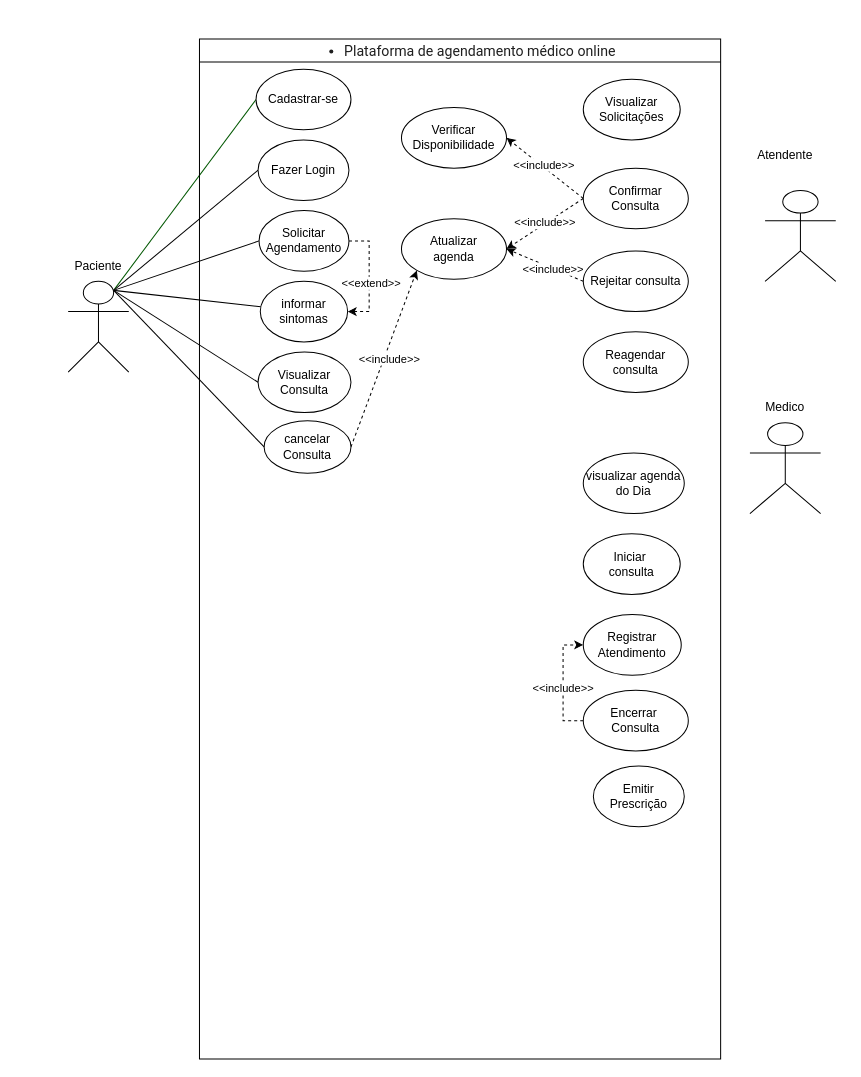
This is Plataforma de agendamento médico onlin.drawio from tailanf1/Aula-de-Diagrama-de-Casos-de-Uso, a draw.io file, before an edit. Source tidied: cells renumbered, new cells numbered last; positions are measured from the earlier drawing's top-left corner, leaving out a move shared by most shapes. Both pictures are drawn from the tidied source at 101%, with x=0, y=0 at pixel (68, 38).
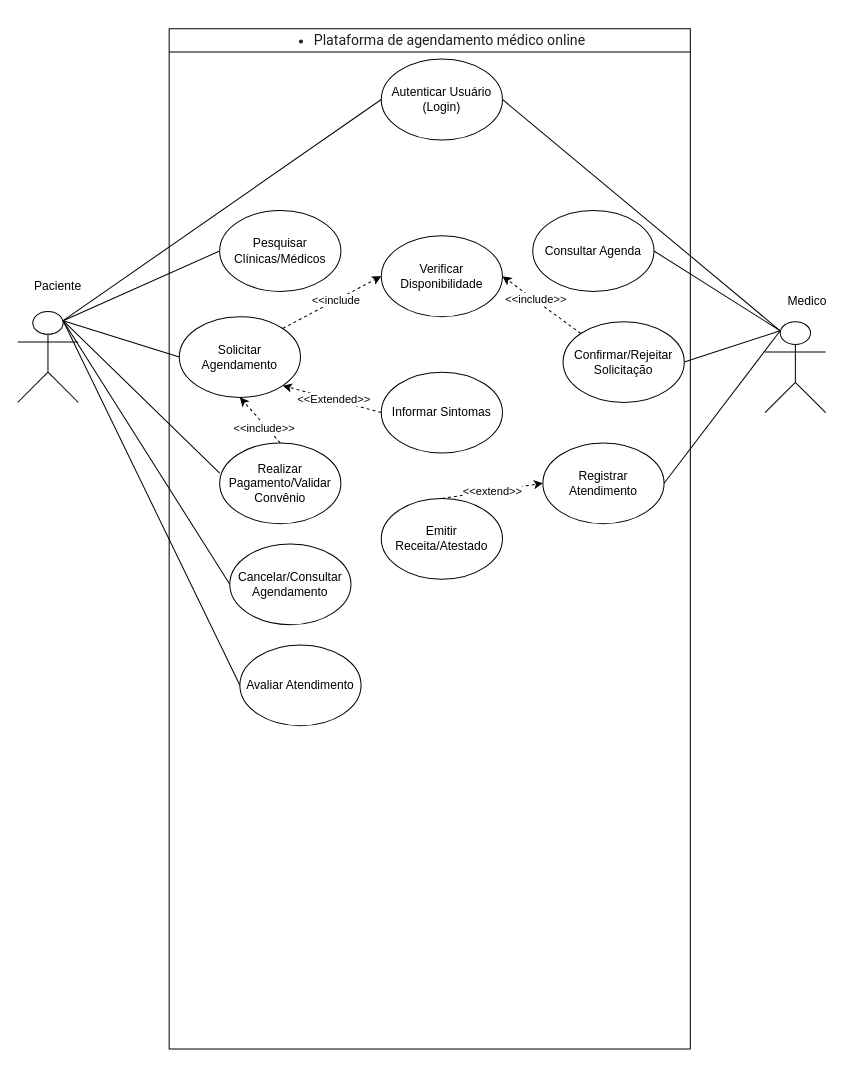
The same page after the edit.

What changed in the source:
```diff
@@
-    <mxCell id="2" style="rounded=0;jettySize=auto;html=1;exitX=0.75;exitY=0.1;exitDx=0;exitDy=0;exitPerimeter=0;entryX=0;entryY=0.5;entryDx=0;entryDy=0;fillColor=#008a00;strokeColor=light-dark(#005700,#00FF00);endArrow=none;endFill=0;" parent="1" edge="1" source="7" target="9">
-      <mxGeometry relative="1" as="geometry" />
-    </mxCell>
-    <mxCell id="3" style="rounded=0;jettySize=auto;html=1;exitX=0.75;exitY=0.1;exitDx=0;exitDy=0;exitPerimeter=0;entryX=0;entryY=0.5;entryDx=0;entryDy=0;endArrow=none;endFill=0;strokeColor=light-dark(#000000,#00FF00);" parent="1" edge="1" source="7" target="13">
-      <mxGeometry relative="1" as="geometry" />
-    </mxCell>
+    <mxCell id="44" style="rounded=0;jettySize=auto;html=1;exitX=0.75;exitY=0.1;exitDx=0;exitDy=0;exitPerimeter=0;entryX=0;entryY=0.5;entryDx=0;entryDy=0;endArrow=none;endFill=0;" parent="1" edge="1" source="7" target="48">
+      <mxGeometry relative="1" as="geometry" />
+    </mxCell>
-    <mxCell id="4" style="rounded=0;jettySize=auto;html=1;exitX=0.75;exitY=0.1;exitDx=0;exitDy=0;exitPerimeter=0;entryX=0;entryY=0.5;entryDx=0;entryDy=0;endArrow=none;endFill=0;strokeColor=light-dark(#000000,#00FF00);" parent="1" edge="1" source="7" target="12">
+    <mxCell id="4" style="rounded=0;jettySize=auto;html=1;exitX=0.75;exitY=0.1;exitDx=0;exitDy=0;exitPerimeter=0;entryX=0;entryY=0.5;entryDx=0;entryDy=0;endArrow=none;endFill=0;" parent="1" edge="1" source="7" target="12">
       <mxGeometry relative="1" as="geometry" />
     </mxCell>
-    <mxCell id="5" style="rounded=0;jettySize=auto;html=1;exitX=0.75;exitY=0.1;exitDx=0;exitDy=0;exitPerimeter=0;endArrow=none;endFill=0;strokeColor=light-dark(#000000,#00FF00);" parent="1" edge="1" source="7" target="14">
-      <mxGeometry relative="1" as="geometry" />
-    </mxCell>
-    <mxCell id="6" style="rounded=0;jettySize=auto;html=1;exitX=0.75;exitY=0.1;exitDx=0;exitDy=0;exitPerimeter=0;entryX=0;entryY=0.5;entryDx=0;entryDy=0;strokeColor=light-dark(#000000,#00FF00);endArrow=none;endFill=0;" parent="1" edge="1" source="7" target="22">
-      <mxGeometry relative="1" as="geometry" />
-    </mxCell>
+    <mxCell id="45" style="rounded=0;jettySize=auto;html=1;exitX=0.75;exitY=0.1;exitDx=0;exitDy=0;exitPerimeter=0;entryX=0;entryY=0.5;entryDx=0;entryDy=0;endArrow=none;endFill=0;" parent="1" edge="1" source="7" target="55">
+      <mxGeometry relative="1" as="geometry" />
+    </mxCell>
+    <mxCell id="46" style="rounded=0;jettySize=auto;html=1;exitX=0.75;exitY=0.1;exitDx=0;exitDy=0;exitPerimeter=0;entryX=0;entryY=0.5;entryDx=0;entryDy=0;endArrow=none;endFill=0;" parent="1" edge="1" source="7" target="59">
+      <mxGeometry relative="1" as="geometry" />
+    </mxCell>
+    <mxCell id="47" style="rounded=0;jettySize=auto;html=1;exitX=0.75;exitY=0.1;exitDx=0;exitDy=0;exitPerimeter=0;entryX=0;entryY=0.5;entryDx=0;entryDy=0;endArrow=none;endFill=0;" parent="1" edge="1" source="7" target="65">
+      <mxGeometry relative="1" as="geometry" />
+    </mxCell>
     <mxCell id="7" style="shape=umlActor;verticalLabelPosition=bottom;verticalAlign=top;html=1;outlineConnect=0;" parent="1" vertex="1">
-      <mxGeometry y="240" width="60" height="90" as="geometry" />
+      <mxGeometry x="-50" y="270" width="60" height="90" as="geometry" />
     </mxCell>
     <mxCell id="8" value="&lt;ul style=&quot;-webkit-tap-highlight-color: transparent; list-style-position: initial; list-style-image: initial; margin: 1em 0px; padding: 0px 0px 0px 40px; color: rgb(31, 31, 31); font-family: &amp;quot;Google Sans&amp;quot;, Roboto, Arial, sans-serif; font-size: 14px; font-weight: 400; text-align: start; background-color: rgb(255, 255, 255);&quot;&gt;&lt;li style=&quot;-webkit-tap-highlight-color: transparent;&quot;&gt;Plataforma de agendamento&amp;nbsp;médico online&lt;/li&gt;&lt;/ul&gt;" style="swimlane;whiteSpace=wrap;html=1;" parent="1" vertex="1">
-      <mxGeometry x="130" width="516" height="1010" as="geometry" />
+      <mxGeometry x="100" y="-10" width="516" height="1010" as="geometry" />
     </mxCell>
-    <mxCell id="9" value="Cadastrar-se" style="ellipse;whiteSpace=wrap;html=1;" parent="8" vertex="1">
-      <mxGeometry x="56" y="30" width="94" height="60" as="geometry" />
-    </mxCell>
-    <mxCell id="10" style="edgeStyle=orthogonalEdgeStyle;rounded=0;jettySize=auto;html=1;exitX=1;exitY=0.5;exitDx=0;exitDy=0;entryX=1;entryY=0.5;entryDx=0;entryDy=0;dashed=1;" parent="8" edge="1" source="12" target="14">
-      <mxGeometry relative="1" as="geometry" />
-    </mxCell>
+    <mxCell id="48" value="Pesquisar Clínicas/Médicos" style="ellipse;whiteSpace=wrap;html=1;" parent="8" vertex="1">
+      <mxGeometry x="50" y="180" width="120" height="80" as="geometry" />
+    </mxCell>
+    <mxCell id="49" style="rounded=0;jettySize=auto;html=1;exitX=1;exitY=0;exitDx=0;exitDy=0;entryX=0;entryY=0.5;entryDx=0;entryDy=0;dashed=1;" parent="8" edge="1" source="12" target="16">
+      <mxGeometry relative="1" as="geometry" />
+    </mxCell>
+    <mxCell id="50" value="&amp;lt;&amp;lt;include" style="edgeLabel;html=1;align=center;verticalAlign=middle;" parent="49" vertex="1">
+      <mxGeometry x="0.07" y="1" relative="1" as="geometry" />
+    </mxCell>
+    <mxCell id="12" value="Solicitar Agendamento" style="ellipse;whiteSpace=wrap;html=1;" parent="8" vertex="1">
+      <mxGeometry x="10" y="285" width="120" height="80" as="geometry" />
+    </mxCell>
+    <mxCell id="51" value="Consultar Agenda" style="ellipse;whiteSpace=wrap;html=1;" parent="8" vertex="1">
+      <mxGeometry x="360" y="180" width="120" height="80" as="geometry" />
+    </mxCell>
+    <mxCell id="16" value="Verificar Disponibilidade" style="ellipse;whiteSpace=wrap;html=1;" parent="8" vertex="1">
+      <mxGeometry x="210" y="205" width="120" height="80" as="geometry" />
+    </mxCell>
+    <mxCell id="52" style="rounded=0;jettySize=auto;html=1;exitX=0;exitY=0;exitDx=0;exitDy=0;entryX=1;entryY=0.5;entryDx=0;entryDy=0;dashed=1;" parent="8" edge="1" source="54" target="16">
+      <mxGeometry relative="1" as="geometry" />
+    </mxCell>
+    <mxCell id="53" value="&amp;lt;&amp;lt;include&amp;gt;&amp;gt;" style="edgeLabel;html=1;align=center;verticalAlign=middle;" parent="52" vertex="1">
+      <mxGeometry x="0.18" y="-1" relative="1" as="geometry" />
+    </mxCell>
+    <mxCell id="54" value="Confirmar/Rejeitar Solicitação" style="ellipse;whiteSpace=wrap;html=1;" parent="8" vertex="1">
+      <mxGeometry x="390" y="290" width="120" height="80" as="geometry" />
+    </mxCell>
+    <mxCell id="55" value="Cancelar/Consultar Agendamento" style="ellipse;whiteSpace=wrap;html=1;" parent="8" vertex="1">
+      <mxGeometry x="60" y="510" width="120" height="80" as="geometry" />
+    </mxCell>
+    <mxCell id="33" value="Registrar Atendimento" style="ellipse;whiteSpace=wrap;html=1;" parent="8" vertex="1">
+      <mxGeometry x="370" y="410" width="120" height="80" as="geometry" />
+    </mxCell>
+    <mxCell id="56" style="rounded=0;jettySize=auto;html=1;exitX=0;exitY=0.5;exitDx=0;exitDy=0;entryX=1;entryY=1;entryDx=0;entryDy=0;dashed=1;" parent="8" edge="1" source="58" target="12">
+      <mxGeometry relative="1" as="geometry" />
+    </mxCell>
+    <mxCell id="57" value="&amp;lt;&amp;lt;Extended&amp;gt;&amp;gt;" style="edgeLabel;html=1;align=center;verticalAlign=middle;" parent="56" vertex="1">
+      <mxGeometry x="-0.02" relative="1" as="geometry">
+        <mxPoint x="1" as="offset" />
+      </mxGeometry>
+    </mxCell>
+    <mxCell id="58" value="Informar Sintomas" style="ellipse;whiteSpace=wrap;html=1;" parent="8" vertex="1">
+      <mxGeometry x="210" y="340" width="120" height="80" as="geometry" />
+    </mxCell>
+    <mxCell id="59" value="Autenticar Usuário (Login)" style="ellipse;whiteSpace=wrap;html=1;" parent="8" vertex="1">
+      <mxGeometry x="210" y="30" width="120" height="80" as="geometry" />
+    </mxCell>
+    <mxCell id="60" style="rounded=0;jettySize=auto;html=1;exitX=0.5;exitY=0;exitDx=0;exitDy=0;entryX=0.5;entryY=1;entryDx=0;entryDy=0;dashed=1;" parent="8" edge="1" source="62" target="12">
+      <mxGeometry relative="1" as="geometry" />
+    </mxCell>
+    <mxCell id="61" value="&amp;lt;&amp;lt;include&amp;gt;&amp;gt;" style="edgeLabel;html=1;align=center;verticalAlign=middle;" parent="60" vertex="1">
+      <mxGeometry x="-0.25" y="2" relative="1" as="geometry">
+        <mxPoint y="1" as="offset" />
+      </mxGeometry>
+    </mxCell>
+    <mxCell id="62" value="Realizar Pagamento/Validar Convênio" style="ellipse;whiteSpace=wrap;html=1;" parent="8" vertex="1">
+      <mxGeometry x="50" y="410" width="120" height="80" as="geometry" />
+    </mxCell>
+    <mxCell id="63" style="rounded=0;jettySize=auto;html=1;exitX=0.5;exitY=0;exitDx=0;exitDy=0;entryX=0;entryY=0.5;entryDx=0;entryDy=0;dashed=1;" parent="8" edge="1" source="64" target="33">
+      <mxGeometry relative="1" as="geometry" />
+    </mxCell>
-    <mxCell id="11" value="&amp;lt;&amp;lt;extend&amp;gt;&amp;gt;" style="edgeLabel;html=1;align=center;verticalAlign=middle;" parent="10" vertex="1">
-      <mxGeometry x="0.09" y="1" relative="1" as="geometry" />
+    <mxCell id="11" value="&amp;lt;&amp;lt;extend&amp;gt;&amp;gt;" style="edgeLabel;html=1;align=center;verticalAlign=middle;" parent="63" vertex="1">
+      <mxGeometry x="-0.02" y="1" relative="1" as="geometry">
+        <mxPoint y="1" as="offset" />
+      </mxGeometry>
     </mxCell>
-    <mxCell id="12" value="&lt;div&gt;&lt;br&gt;&lt;/div&gt;Solicitar Agendamento&lt;div&gt;&lt;br&gt;&lt;/div&gt;" style="ellipse;whiteSpace=wrap;html=1;" parent="8" vertex="1">
-      <mxGeometry x="59" y="170" width="89" height="60" as="geometry" />
-    </mxCell>
-    <mxCell id="13" value="Fazer Login" style="ellipse;whiteSpace=wrap;html=1;" parent="8" vertex="1">
-      <mxGeometry x="58" y="100" width="90" height="60" as="geometry" />
-    </mxCell>
-    <mxCell id="14" value="informar sintomas" style="ellipse;whiteSpace=wrap;html=1;" parent="8" vertex="1">
-      <mxGeometry x="60.2" y="240" width="86.5" height="60" as="geometry" />
-    </mxCell>
-    <mxCell id="15" value="Visualizar Solicitações" style="ellipse;whiteSpace=wrap;html=1;" parent="8" vertex="1">
-      <mxGeometry x="380" y="40" width="96" height="60" as="geometry" />
-    </mxCell>
-    <mxCell id="16" value="Verificar Disponibilidade" style="ellipse;whiteSpace=wrap;html=1;" parent="8" vertex="1">
-      <mxGeometry x="200" y="68" width="104" height="60" as="geometry" />
-    </mxCell>
-    <mxCell id="17" style="rounded=0;jettySize=auto;html=1;exitX=0;exitY=0.5;exitDx=0;exitDy=0;entryX=1;entryY=0.5;entryDx=0;entryDy=0;dashed=1;" parent="8" edge="1" source="21" target="16">
-      <mxGeometry relative="1" as="geometry" />
-    </mxCell>
-    <mxCell id="18" value="&amp;lt;&amp;lt;include&amp;gt;&amp;gt;" style="edgeLabel;html=1;align=center;verticalAlign=middle;" parent="17" vertex="1">
-      <mxGeometry x="0.05" y="-3" relative="1" as="geometry">
-        <mxPoint x="-1" as="offset" />
-      </mxGeometry>
-    </mxCell>
-    <mxCell id="19" style="rounded=0;jettySize=auto;html=1;exitX=0;exitY=0.5;exitDx=0;exitDy=0;entryX=1;entryY=0.5;entryDx=0;entryDy=0;dashed=1;" parent="8" edge="1" source="21" target="26">
-      <mxGeometry relative="1" as="geometry" />
-    </mxCell>
-    <mxCell id="20" value="&amp;lt;&amp;lt;include&amp;gt;&amp;gt;" style="edgeLabel;html=1;align=center;verticalAlign=middle;" parent="19" vertex="1">
-      <mxGeometry x="-0.01" y="-2" relative="1" as="geometry" />
-    </mxCell>
-    <mxCell id="21" value="Confirmar Consulta" style="ellipse;whiteSpace=wrap;html=1;" parent="8" vertex="1">
-      <mxGeometry x="380" y="128" width="104" height="60" as="geometry" />
-    </mxCell>
-    <mxCell id="22" value="Visualizar Consulta" style="ellipse;whiteSpace=wrap;html=1;" parent="8" vertex="1">
-      <mxGeometry x="58" y="310" width="92" height="60" as="geometry" />
-    </mxCell>
-    <mxCell id="23" style="rounded=0;jettySize=auto;html=1;exitX=0;exitY=0.5;exitDx=0;exitDy=0;entryX=1;entryY=0.5;entryDx=0;entryDy=0;dashed=1;" parent="8" edge="1" source="25" target="26">
-      <mxGeometry relative="1" as="geometry" />
-    </mxCell>
-    <mxCell id="24" value="&amp;lt;&amp;lt;include&amp;gt;&amp;gt;" style="edgeLabel;html=1;align=center;verticalAlign=middle;" parent="23" vertex="1">
-      <mxGeometry x="-0.19" relative="1" as="geometry" />
-    </mxCell>
-    <mxCell id="25" value="Rejeitar consulta" style="ellipse;whiteSpace=wrap;html=1;" parent="8" vertex="1">
-      <mxGeometry x="380" y="210" width="104" height="60" as="geometry" />
-    </mxCell>
-    <mxCell id="26" value="Atualizar&lt;div&gt;agenda&lt;/div&gt;" style="ellipse;whiteSpace=wrap;html=1;" parent="8" vertex="1">
-      <mxGeometry x="200" y="178" width="104" height="60" as="geometry" />
-    </mxCell>
-    <mxCell id="27" style="rounded=0;jettySize=auto;html=1;exitX=1;exitY=0.5;exitDx=0;exitDy=0;entryX=0;entryY=1;entryDx=0;entryDy=0;dashed=1;" parent="8" edge="1" source="29" target="26">
-      <mxGeometry relative="1" as="geometry" />
-    </mxCell>
-    <mxCell id="28" value="&amp;lt;&amp;lt;include&amp;gt;&amp;gt;" style="edgeLabel;html=1;align=center;verticalAlign=middle;" parent="27" vertex="1">
-      <mxGeometry x="0.02" y="-5" relative="1" as="geometry" />
-    </mxCell>
-    <mxCell id="29" value="cancelar Consulta" style="ellipse;whiteSpace=wrap;html=1;" parent="8" vertex="1">
-      <mxGeometry x="64" y="378" width="86" height="52" as="geometry" />
-    </mxCell>
-    <mxCell id="30" value="Reagendar consulta" style="ellipse;whiteSpace=wrap;html=1;" parent="8" vertex="1">
-      <mxGeometry x="380" y="290" width="104" height="60" as="geometry" />
-    </mxCell>
-    <mxCell id="31" value="visualizar agenda do Dia" style="ellipse;whiteSpace=wrap;html=1;" parent="8" vertex="1">
-      <mxGeometry x="380" y="410" width="100" height="60" as="geometry" />
-    </mxCell>
-    <mxCell id="32" value="Iniciar&amp;nbsp;&lt;div&gt;consulta&lt;/div&gt;" style="ellipse;whiteSpace=wrap;html=1;" parent="8" vertex="1">
-      <mxGeometry x="380" y="490" width="96" height="60" as="geometry" />
-    </mxCell>
-    <mxCell id="33" value="Registrar Atendimento" style="ellipse;whiteSpace=wrap;html=1;" parent="8" vertex="1">
-      <mxGeometry x="380" y="570" width="97" height="60" as="geometry" />
-    </mxCell>
-    <mxCell id="34" style="edgeStyle=orthogonalEdgeStyle;rounded=0;jettySize=auto;html=1;exitX=0;exitY=0.5;exitDx=0;exitDy=0;entryX=0;entryY=0.5;entryDx=0;entryDy=0;dashed=1;" parent="8" edge="1" source="36" target="33">
-      <mxGeometry relative="1" as="geometry" />
-    </mxCell>
-    <mxCell id="35" value="&amp;lt;&amp;lt;include&amp;gt;&amp;gt;" style="edgeLabel;html=1;align=center;verticalAlign=middle;" parent="34" vertex="1">
-      <mxGeometry x="-0.07" y="1" relative="1" as="geometry" />
-    </mxCell>
-    <mxCell id="36" value="Encerrar&amp;nbsp;&lt;div&gt;Consulta&lt;/div&gt;" style="ellipse;whiteSpace=wrap;html=1;" parent="8" vertex="1">
-      <mxGeometry x="380" y="645" width="104" height="60" as="geometry" />
-    </mxCell>
-    <mxCell id="37" value="Emitir&lt;div&gt;Prescrição&lt;/div&gt;" style="ellipse;whiteSpace=wrap;html=1;" parent="8" vertex="1">
-      <mxGeometry x="390" y="720" width="90" height="60" as="geometry" />
-    </mxCell>
-    <mxCell id="38" style="shape=umlActor;verticalLabelPosition=bottom;verticalAlign=top;html=1;" parent="1" vertex="1">
-      <mxGeometry x="690" y="150" width="70" height="90" as="geometry" />
-    </mxCell>
-    <mxCell id="39" value="Atendente" style="text;html=1;whiteSpace=wrap;strokeColor=none;fillColor=none;align=center;verticalAlign=middle;rounded=0;" parent="1" vertex="1">
-      <mxGeometry x="680" y="100" width="60" height="30" as="geometry" />
-    </mxCell>
+    <mxCell id="64" value="Emitir Receita/Atestado" style="ellipse;whiteSpace=wrap;html=1;" parent="8" vertex="1">
+      <mxGeometry x="210" y="465" width="120" height="80" as="geometry" />
+    </mxCell>
+    <mxCell id="65" value="Avaliar Atendimento" style="ellipse;whiteSpace=wrap;html=1;" parent="8" vertex="1">
+      <mxGeometry x="70" y="610" width="120" height="80" as="geometry" />
+    </mxCell>
     <mxCell id="40" value="Paciente" style="text;html=1;whiteSpace=wrap;strokeColor=none;fillColor=none;align=center;verticalAlign=middle;rounded=0;" parent="1" vertex="1">
-      <mxGeometry y="210" width="60" height="30" as="geometry" />
+      <mxGeometry x="-40" y="230" width="60" height="30" as="geometry" />
     </mxCell>
-    <mxCell id="41" style="rounded=0;jettySize=auto;html=1;exitX=0;exitY=0.5;exitDx=0;exitDy=0;entryX=0.75;entryY=0.1;entryDx=0;entryDy=0;entryPerimeter=0;endArrow=none;endFill=0;" parent="1" edge="1" source="29" target="7">
-      <mxGeometry relative="1" as="geometry" />
-    </mxCell>
-    <mxCell id="42" style="shape=umlActor;verticalLabelPosition=bottom;verticalAlign=top;html=1;" parent="1" vertex="1">
-      <mxGeometry x="675" y="380" width="70" height="90" as="geometry" />
-    </mxCell>
+    <mxCell id="66" style="rounded=0;jettySize=auto;html=1;exitX=0.25;exitY=0.1;exitDx=0;exitDy=0;exitPerimeter=0;entryX=1;entryY=0.5;entryDx=0;entryDy=0;endArrow=none;endFill=0;" parent="1" edge="1" source="68" target="51">
+      <mxGeometry relative="1" as="geometry" />
+    </mxCell>
+    <mxCell id="67" style="rounded=0;jettySize=auto;html=1;exitX=0.25;exitY=0.1;exitDx=0;exitDy=0;exitPerimeter=0;entryX=1;entryY=0.5;entryDx=0;entryDy=0;endArrow=none;endFill=0;" parent="1" edge="1" source="68" target="59">
+      <mxGeometry relative="1" as="geometry" />
+    </mxCell>
+    <mxCell id="68" style="shape=umlActor;verticalLabelPosition=bottom;verticalAlign=top;html=1;outlineConnect=0;" parent="1" vertex="1">
+      <mxGeometry x="690" y="280" width="60" height="90" as="geometry" />
+    </mxCell>
     <mxCell id="43" value="Medico" style="text;html=1;whiteSpace=wrap;strokeColor=none;fillColor=none;align=center;verticalAlign=middle;rounded=0;" parent="1" vertex="1">
-      <mxGeometry x="680" y="350" width="60" height="30" as="geometry" />
+      <mxGeometry x="697" y="240" width="70" height="40" as="geometry" />
     </mxCell>
+    <mxCell id="69" style="rounded=0;jettySize=auto;html=1;exitX=1;exitY=0.5;exitDx=0;exitDy=0;entryX=0.25;entryY=0.1;entryDx=0;entryDy=0;entryPerimeter=0;endArrow=none;endFill=0;" parent="1" edge="1" source="54" target="68">
+      <mxGeometry relative="1" as="geometry" />
+    </mxCell>
+    <mxCell id="70" style="rounded=0;jettySize=auto;html=1;exitX=1;exitY=0.5;exitDx=0;exitDy=0;entryX=0.25;entryY=0.1;entryDx=0;entryDy=0;entryPerimeter=0;endArrow=none;endFill=0;" parent="1" edge="1" source="33" target="68">
+      <mxGeometry relative="1" as="geometry" />
+    </mxCell>
+    <mxCell id="71" style="rounded=0;jettySize=auto;html=1;exitX=0.75;exitY=0.1;exitDx=0;exitDy=0;exitPerimeter=0;entryX=0;entryY=0.375;entryDx=0;entryDy=0;entryPerimeter=0;endArrow=none;endFill=0;" parent="1" edge="1" source="7" target="62">
+      <mxGeometry relative="1" as="geometry" />
+    </mxCell>
```
